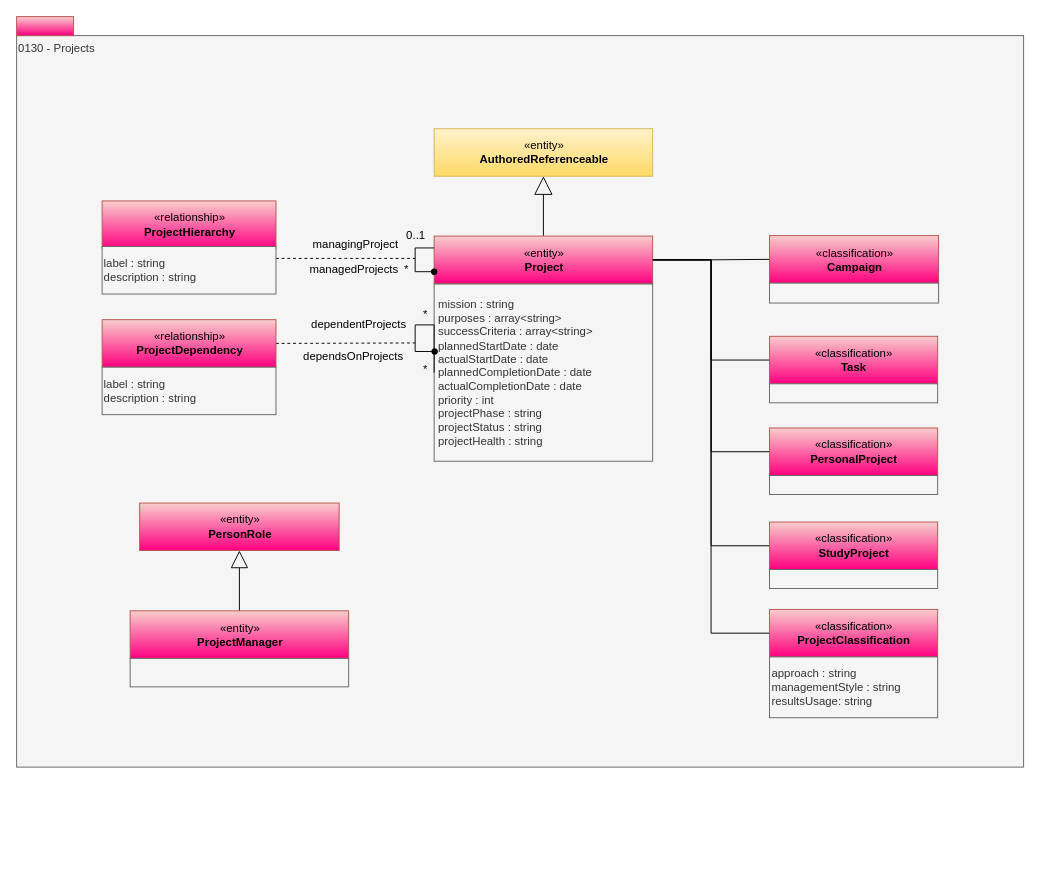
Before: page "0130-Projects" (11 of 16) of site/docs/types/1/area-1-collaboration.drawio in odpi/egeria-docs, a draw.io diagram. Source tidied: cells renumbered, new cells numbered last; positions are measured from the earlier drawing's top-left corner, leaving out a move shared by most shapes. Both pictures are drawn from the tidied source at 95%, with x=0, y=0 at pixel (16, 16).
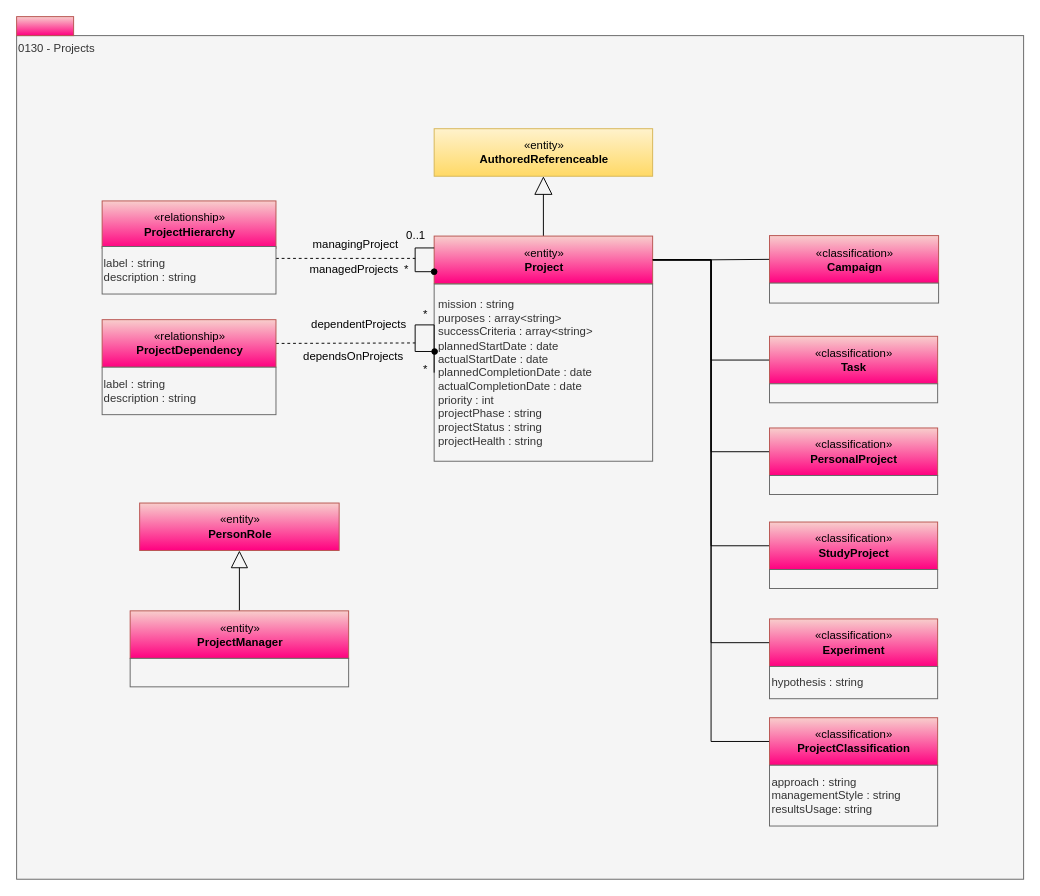
After the change.

Unchanged cells that the change refers to:
```xml
<mxCell id="8" value="«entity»&lt;br&gt;&lt;b&gt;Project&lt;/b&gt;" style="html=1;strokeColor=#b85450;align=center;fillColor=#f8cecc;gradientColor=#FF0080;" parent="1" vertex="1">
  <mxGeometry x="439.5" y="231" width="230" height="50" as="geometry" />
</mxCell>
```

The edit, as a diff of the source:
```diff
@@
     <mxCell id="2" value="0130 - Projects" style="rounded=0;whiteSpace=wrap;html=1;align=left;verticalAlign=top;fillColor=#f5f5f5;fontColor=#333333;strokeColor=#666666;" parent="1" vertex="1">
-      <mxGeometry y="20" width="1060" height="770" as="geometry" />
+      <mxGeometry y="20" width="1060" height="888" as="geometry" />
     </mxCell>
@@
     <mxCell id="41" value="«classification»&lt;br&gt;&lt;b&gt;ProjectClassification&lt;/b&gt;" style="html=1;strokeColor=#b85450;align=center;fillColor=#f8cecc;gradientColor=#FF0080;" parent="1" vertex="1">
-      <mxGeometry x="792.5" y="624" width="177" height="50" as="geometry" />
+      <mxGeometry x="792.5" y="738" width="177" height="50" as="geometry" />
     </mxCell>
     <mxCell id="42" value="approach : string&lt;div&gt;managementStyle : string&lt;/div&gt;&lt;div&gt;resultsUsage: string&lt;/div&gt;" style="rounded=0;whiteSpace=wrap;html=1;align=left;fillColor=#f5f5f5;fontColor=#333333;strokeColor=#666666;" parent="1" vertex="1">
-      <mxGeometry x="792.5" y="674" width="177" height="64" as="geometry" />
+      <mxGeometry x="792.5" y="788" width="177" height="64" as="geometry" />
     </mxCell>
+    <mxCell id="43" style="edgeStyle=orthogonalEdgeStyle;rounded=0;jettySize=auto;html=1;entryX=0;entryY=0.5;entryDx=0;entryDy=0;endArrow=none;endFill=0;exitX=1;exitY=0.5;exitDx=0;exitDy=0;" parent="1" edge="1" source="8" target="44">
+      <mxGeometry relative="1" as="geometry" />
+    </mxCell>
+    <mxCell id="44" value="«classification»&lt;br&gt;&lt;b&gt;Experiment&lt;/b&gt;" style="html=1;strokeColor=#b85450;align=center;fillColor=#f8cecc;gradientColor=#FF0080;" parent="1" vertex="1">
+      <mxGeometry x="792.5" y="634" width="177" height="50" as="geometry" />
+    </mxCell>
+    <mxCell id="45" value="hypothesis : string" style="rounded=0;whiteSpace=wrap;html=1;align=left;fillColor=#f5f5f5;fontColor=#333333;strokeColor=#666666;" parent="1" vertex="1">
+      <mxGeometry x="792.5" y="684" width="177" height="34" as="geometry" />
+    </mxCell>
```
